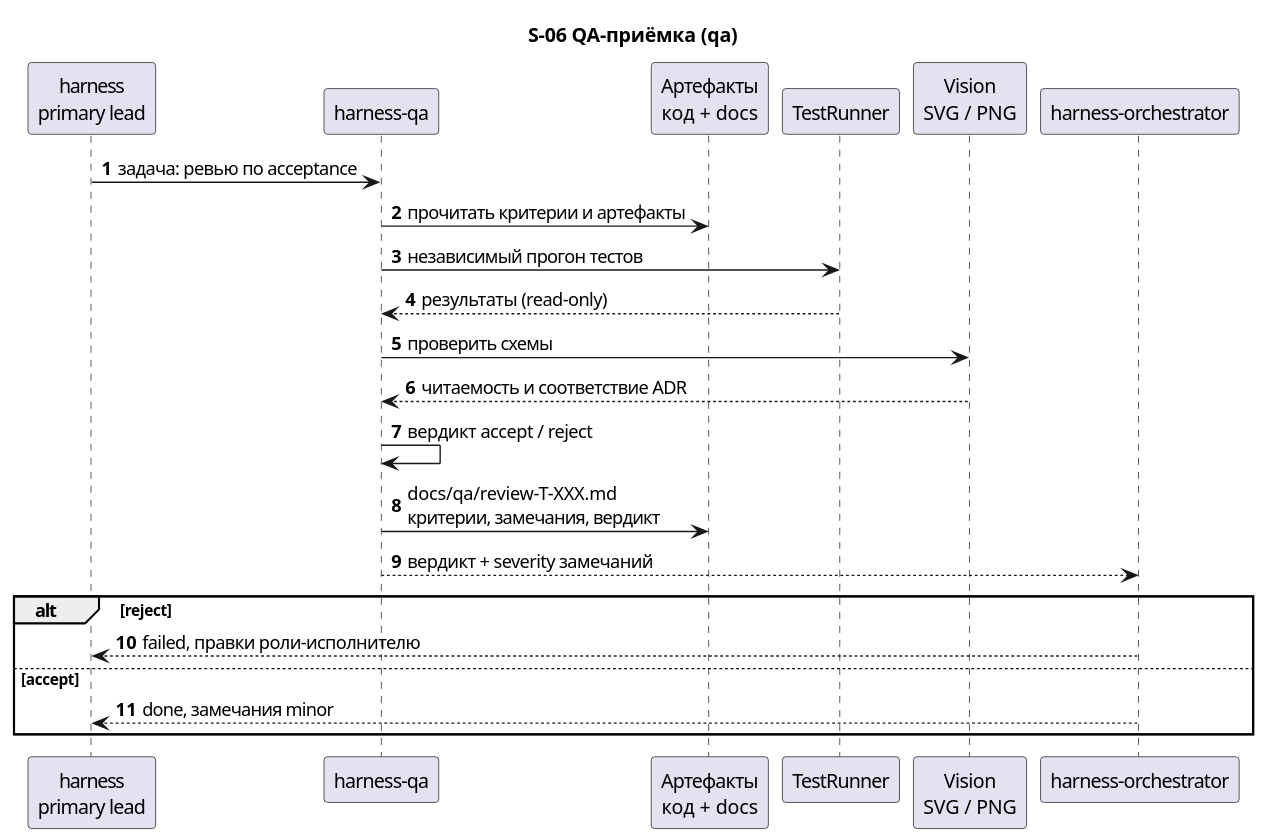
Earlier version of the PlantUML export docs/description/diagrams/seq-06-qa.svg (serge-sasov/harness). Source of this version:
```plantuml
@startuml
autonumber
skinparam defaultFontName Segoe UI
title S-06 QA-приёмка (qa)

participant "harness\nprimary lead" as primary
participant "harness-qa" as qa
participant "Артефакты\nкод + docs" as store
participant "TestRunner" as tests
participant "Vision\nSVG / PNG" as vision
participant "harness-orchestrator" as orch

primary -> qa : задача: ревью по acceptance
qa -> store : прочитать критерии и артефакты
qa -> tests : независимый прогон тестов
tests --> qa : результаты (read-only)
qa -> vision : проверить схемы
vision --> qa : читаемость и соответствие ADR
qa -> qa : вердикт accept / reject
qa -> store : docs/qa/review-T-XXX.md\nкритерии, замечания, вердикт
qa --> orch : вердикт + severity замечаний
alt reject
  orch --> primary : failed, правки роли-исполнителю
else accept
  orch --> primary : done, замечания minor
end
@enduml
```
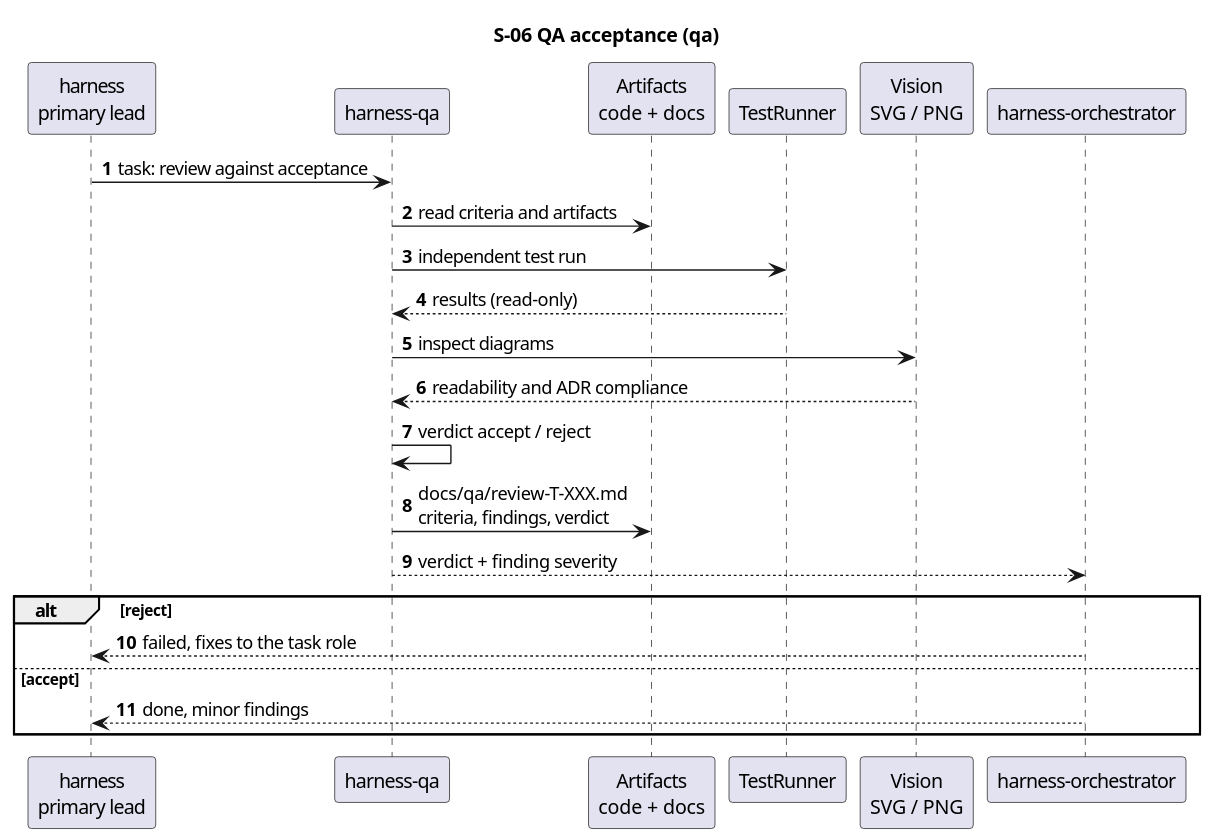
After the commit.

The edit, as a diff of the source:
```diff
@@ -1,27 +1,27 @@
 @startuml
 autonumber
 skinparam defaultFontName Segoe UI
-title S-06 QA-приёмка (qa)
+title S-06 QA acceptance (qa)
 
 participant "harness\nprimary lead" as primary
 participant "harness-qa" as qa
-participant "Артефакты\nкод + docs" as store
+participant "Artifacts\ncode + docs" as store
 participant "TestRunner" as tests
 participant "Vision\nSVG / PNG" as vision
 participant "harness-orchestrator" as orch
 
-primary -> qa : задача: ревью по acceptance
-qa -> store : прочитать критерии и артефакты
-qa -> tests : независимый прогон тестов
-tests --> qa : результаты (read-only)
-qa -> vision : проверить схемы
-vision --> qa : читаемость и соответствие ADR
-qa -> qa : вердикт accept / reject
-qa -> store : docs/qa/review-T-XXX.md\nкритерии, замечания, вердикт
-qa --> orch : вердикт + severity замечаний
+primary -> qa : task: review against acceptance
+qa -> store : read criteria and artifacts
+qa -> tests : independent test run
+tests --> qa : results (read-only)
+qa -> vision : inspect diagrams
+vision --> qa : readability and ADR compliance
+qa -> qa : verdict accept / reject
+qa -> store : docs/qa/review-T-XXX.md\ncriteria, findings, verdict
+qa --> orch : verdict + finding severity
 alt reject
-  orch --> primary : failed, правки роли-исполнителю
+  orch --> primary : failed, fixes to the task role
 else accept
-  orch --> primary : done, замечания minor
+  orch --> primary : done, minor findings
 end
 @enduml
```
